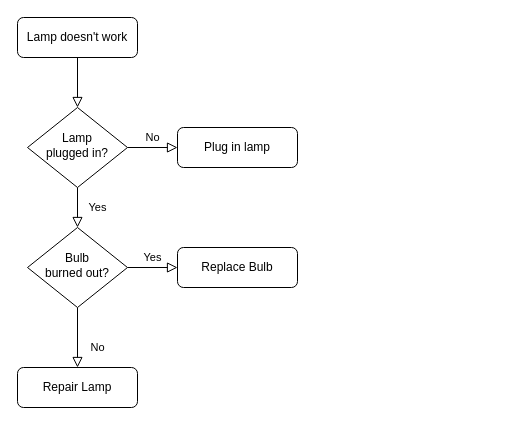
Earlier version of the draw.io diagram Untitled Diagram.drawio (nottmoo/moodle). Source tidied: cells renumbered, new cells numbered last; positions are measured from the earlier drawing's top-left corner, leaving out a move shared by most shapes. Both pictures are drawn from the tidied source at 100%, with x=0, y=0 at pixel (17, 17).
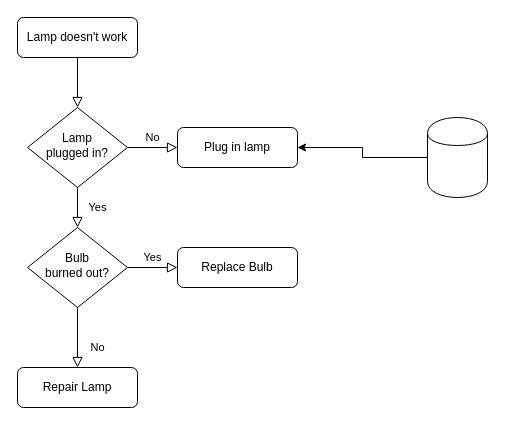
Above is the later version.

The edit, as a diff of the source:
```diff
@@
 <mxGraphModel>
   <root>
     <mxCell id="0" />
     <mxCell id="1" parent="0" />
     <mxCell id="2" style="rounded=0;html=1;jettySize=auto;fontSize=11;endArrow=block;endFill=0;endSize=8;strokeWidth=1;shadow=0;labelBackgroundColor=none;edgeStyle=orthogonalEdgeStyle;" parent="1" edge="1" source="3" target="6">
       <mxGeometry relative="1" as="geometry" />
     </mxCell>
     <mxCell id="3" value="Lamp doesn't work" style="rounded=1;whiteSpace=wrap;html=1;fontSize=12;glass=0;strokeWidth=1;shadow=0;" parent="1" vertex="1">
       <mxGeometry width="120" height="40" as="geometry" />
     </mxCell>
     <mxCell id="4" value="Yes" style="rounded=0;html=1;jettySize=auto;fontSize=11;endArrow=block;endFill=0;endSize=8;strokeWidth=1;shadow=0;labelBackgroundColor=none;edgeStyle=orthogonalEdgeStyle;" parent="1" edge="1" source="6" target="10">
       <mxGeometry y="20" relative="1" as="geometry" />
     </mxCell>
     <mxCell id="5" value="No" style="edgeStyle=orthogonalEdgeStyle;rounded=0;html=1;jettySize=auto;fontSize=11;endArrow=block;endFill=0;endSize=8;strokeWidth=1;shadow=0;labelBackgroundColor=none;" parent="1" edge="1" source="6" target="7">
       <mxGeometry y="10" relative="1" as="geometry" />
     </mxCell>
     <mxCell id="6" value="Lamp&lt;br&gt;plugged in?" style="rhombus;whiteSpace=wrap;html=1;shadow=0;fontFamily=Helvetica;fontSize=12;align=center;strokeWidth=1;spacing=6;spacingTop=-4;" parent="1" vertex="1">
       <mxGeometry x="10" y="90" width="100" height="80" as="geometry" />
     </mxCell>
     <mxCell id="7" value="Plug in lamp" style="rounded=1;whiteSpace=wrap;html=1;fontSize=12;glass=0;strokeWidth=1;shadow=0;" parent="1" vertex="1">
       <mxGeometry x="160" y="110" width="120" height="40" as="geometry" />
     </mxCell>
     <mxCell id="8" value="No" style="rounded=0;html=1;jettySize=auto;fontSize=11;endArrow=block;endFill=0;endSize=8;strokeWidth=1;shadow=0;labelBackgroundColor=none;edgeStyle=orthogonalEdgeStyle;" parent="1" edge="1" source="10" target="11">
       <mxGeometry x="0.33" y="20" relative="1" as="geometry" />
     </mxCell>
     <mxCell id="9" value="Yes" style="edgeStyle=orthogonalEdgeStyle;rounded=0;html=1;jettySize=auto;fontSize=11;endArrow=block;endFill=0;endSize=8;strokeWidth=1;shadow=0;labelBackgroundColor=none;" parent="1" edge="1" source="10" target="12">
       <mxGeometry y="10" relative="1" as="geometry" />
     </mxCell>
     <mxCell id="10" value="Bulb&lt;br&gt;burned out?" style="rhombus;whiteSpace=wrap;html=1;shadow=0;fontFamily=Helvetica;fontSize=12;align=center;strokeWidth=1;spacing=6;spacingTop=-4;" parent="1" vertex="1">
       <mxGeometry x="10" y="210" width="100" height="80" as="geometry" />
     </mxCell>
     <mxCell id="11" value="Repair Lamp" style="rounded=1;whiteSpace=wrap;html=1;fontSize=12;glass=0;strokeWidth=1;shadow=0;" parent="1" vertex="1">
       <mxGeometry y="350" width="120" height="40" as="geometry" />
     </mxCell>
     <mxCell id="12" value="Replace Bulb" style="rounded=1;whiteSpace=wrap;html=1;fontSize=12;glass=0;strokeWidth=1;shadow=0;" parent="1" vertex="1">
       <mxGeometry x="160" y="230" width="120" height="40" as="geometry" />
     </mxCell>
+    <mxCell id="13" style="edgeStyle=orthogonalEdgeStyle;rounded=0;jettySize=auto;html=1;" parent="1" edge="1" source="14" target="7">
+      <mxGeometry relative="1" as="geometry" />
+    </mxCell>
+    <mxCell id="14" style="shape=cylinder;whiteSpace=wrap;html=1;boundedLbl=1;backgroundOutline=1;" parent="1" vertex="1">
+      <mxGeometry x="410" y="100" width="60" height="80" as="geometry" />
+    </mxCell>
   </root>
 </mxGraphModel>
```
